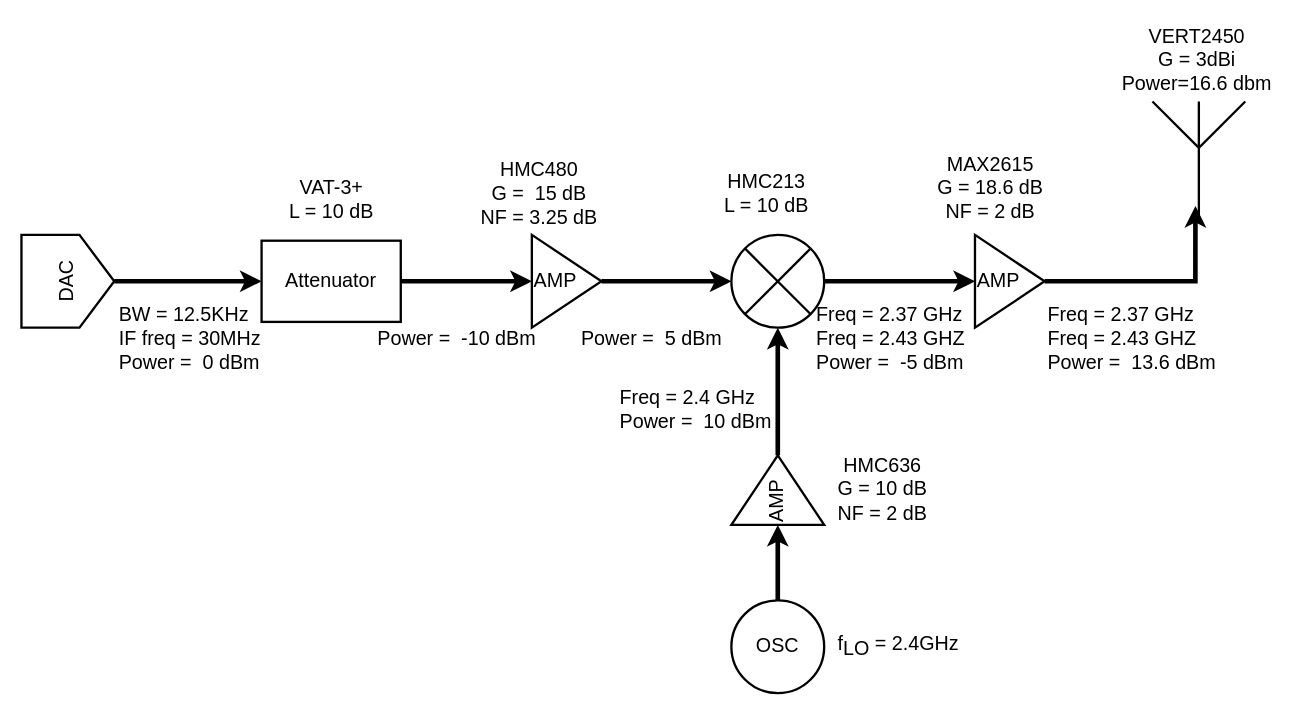
This is transmitter.drawio from chenbin234/MCC125-Wireless-link-project, a draw.io file, before an edit. Source tidied: cells renumbered, new cells numbered last; positions are measured from the earlier drawing's top-left corner, leaving out a move shared by most shapes. Both pictures are drawn from the tidied source at 116%, with x=0, y=0 at pixel (21, 20).
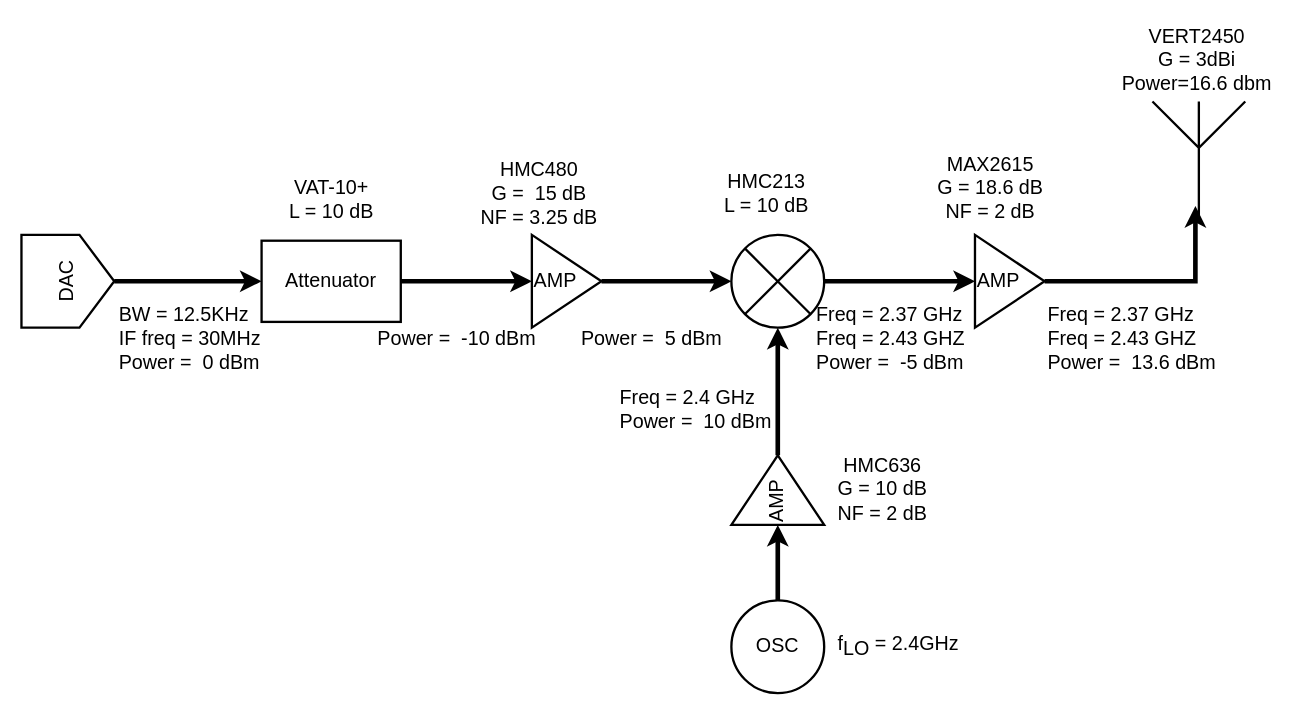
Above is the later version.

What changed in the source:
```diff
@@
-    <mxCell id="25" value="VAT-3+&lt;br style=&quot;font-size: 17px;&quot;&gt;L = 10 dB" style="text;html=1;align=center;verticalAlign=middle;strokeColor=none;fillColor=none;fontSize=17;" parent="1" vertex="1">
+    <mxCell id="25" value="VAT-10+&lt;br style=&quot;font-size: 17px;&quot;&gt;L = 10 dB" style="text;html=1;align=center;verticalAlign=middle;strokeColor=none;fillColor=none;fontSize=17;" parent="1" vertex="1">
       <mxGeometry x="217" y="130" width="100" height="50" as="geometry" />
     </mxCell>
```
